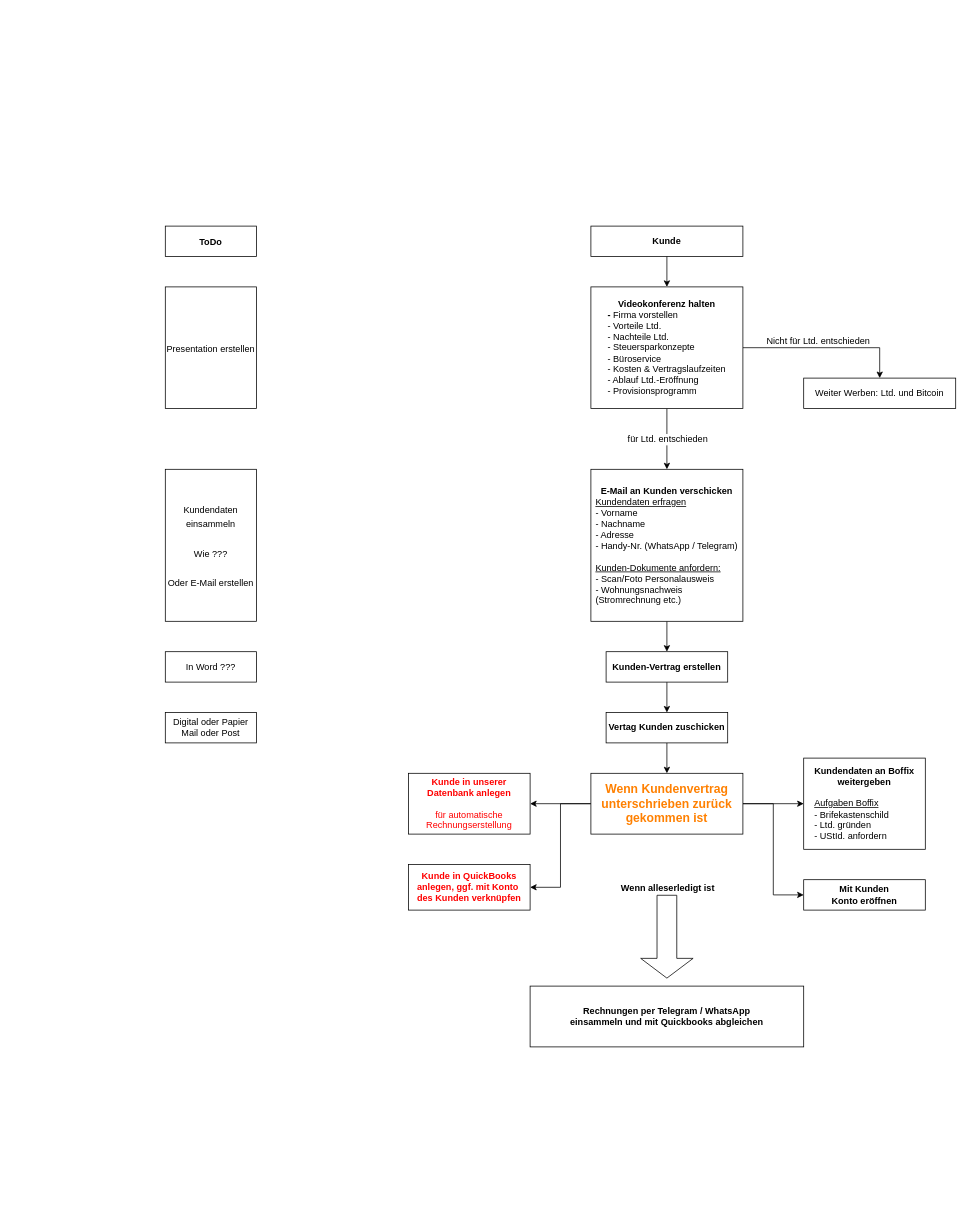
This is Limited.drawio from schlippi-git/diagrams, a draw.io file, before an edit. Source tidied: cells renumbered, new cells numbered last; positions are measured from the earlier drawing's top-left corner, leaving out a move shared by most shapes. Both pictures are drawn from the tidied source at 76%, with x=0, y=0 at pixel (165, 226).
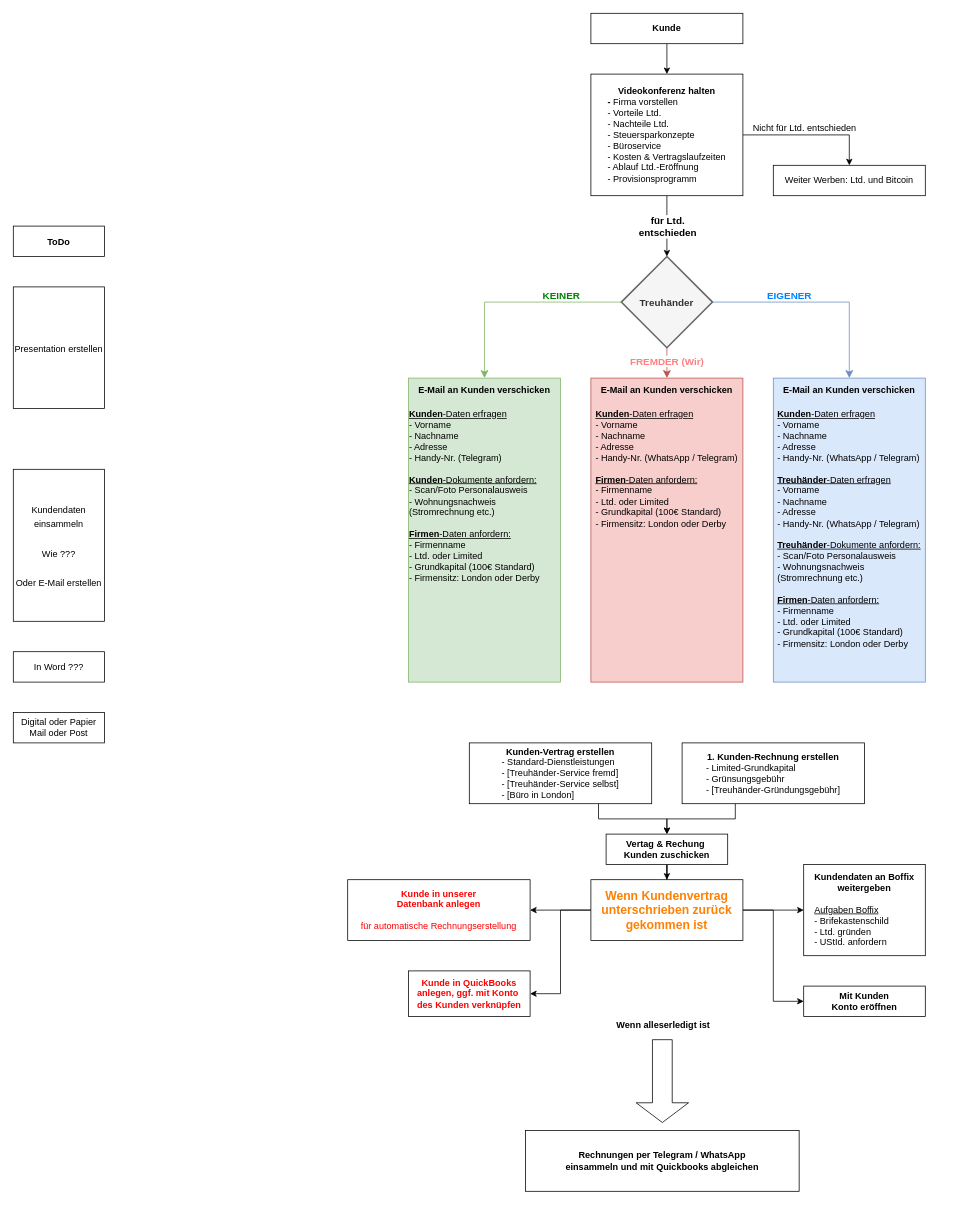
After the change.

Change to the diagram source:
```diff
@@
     <mxCell id="2" value="&lt;b&gt;Kunde&lt;/b&gt;" style="rounded=0;whiteSpace=wrap;html=1;" parent="1" vertex="1">
-      <mxGeometry x="560" width="200" height="40" as="geometry" />
+      <mxGeometry x="560" y="-280" width="200" height="40" as="geometry" />
     </mxCell>
@@
-    <mxCell id="4" style="edgeStyle=orthogonalEdgeStyle;rounded=0;jettySize=auto;html=1;fontSize=12;entryX=0.5;entryY=0;entryDx=0;entryDy=0;" parent="1" edge="1" source="8" target="13">
-      <mxGeometry relative="1" as="geometry" />
-    </mxCell>
-    <mxCell id="5" value="für Ltd. entschieden" style="edgeLabel;html=1;align=center;verticalAlign=middle;fontSize=12;" parent="4" vertex="1">
-      <mxGeometry x="-0.3" relative="1" as="geometry">
-        <mxPoint y="12" as="offset" />
-      </mxGeometry>
-    </mxCell>
@@
+    <mxCell id="33" style="edgeStyle=orthogonalEdgeStyle;rounded=0;jettySize=auto;html=1;" parent="1" edge="1" source="8" target="37">
+      <mxGeometry relative="1" as="geometry" />
+    </mxCell>
+    <mxCell id="5" value="&lt;b style=&quot;font-size: 13px;&quot;&gt;für Ltd.&lt;br&gt;entschieden&lt;/b&gt;" style="edgeLabel;html=1;align=center;verticalAlign=middle;" parent="33" vertex="1">
+      <mxGeometry x="0.15" y="-1" relative="1" as="geometry">
+        <mxPoint x="1" y="-6" as="offset" />
+      </mxGeometry>
+    </mxCell>
     <mxCell id="8" value="&lt;div&gt;&lt;b&gt;Videokonferenz halten&lt;br&gt;&lt;/b&gt;&lt;/div&gt;&lt;div align=&quot;left&quot;&gt;&lt;b&gt;- &lt;/b&gt;Firma vorstellen&lt;/div&gt;&lt;div align=&quot;left&quot;&gt;- Vorteile Ltd.&lt;/div&gt;&lt;div align=&quot;left&quot;&gt;- Nachteile Ltd.&lt;/div&gt;&lt;div align=&quot;left&quot;&gt;- Steuersparkonzepte&lt;/div&gt;&lt;div align=&quot;left&quot;&gt;- Büroservice&lt;/div&gt;&lt;div align=&quot;left&quot;&gt;- Kosten &amp;amp; Vertragslaufzeiten&lt;br&gt;&lt;/div&gt;&lt;div align=&quot;left&quot;&gt;- Ablauf Ltd.-Eröffnung&lt;/div&gt;&lt;div align=&quot;left&quot;&gt;- Provisionsprogramm&lt;/div&gt;" style="rounded=0;whiteSpace=wrap;html=1;" parent="1" vertex="1">
-      <mxGeometry x="560" y="80" width="200" height="160" as="geometry" />
+      <mxGeometry x="560" y="-200" width="200" height="160" as="geometry" />
     </mxCell>
     <mxCell id="9" value="Weiter Werben: Ltd. und Bitcoin" style="rounded=0;whiteSpace=wrap;html=1;" parent="1" vertex="1">
-      <mxGeometry x="840" y="200" width="200" height="40" as="geometry" />
+      <mxGeometry x="800" y="-80" width="200" height="40" as="geometry" />
     </mxCell>
     <mxCell id="10" style="edgeStyle=orthogonalEdgeStyle;rounded=0;jettySize=auto;html=1;fontSize=12;fontColor=#000000;" parent="1" edge="1" source="11" target="22">
-      <mxGeometry relative="1" as="geometry" />
+      <mxGeometry relative="1" as="geometry">
+        <Array as="points">
+          <mxPoint x="750" y="780" />
+          <mxPoint x="660" y="780" />
+        </Array>
+      </mxGeometry>
     </mxCell>
-    <mxCell id="11" value="&lt;b&gt;Kunden-Vertrag erstellen&lt;/b&gt;" style="rounded=0;whiteSpace=wrap;html=1;" parent="1" vertex="1">
-      <mxGeometry x="580" y="560" width="160" height="40" as="geometry" />
+    <mxCell id="11" value="&lt;div&gt;&lt;b&gt;1. Kunden-Rechnung erstellen&lt;/b&gt;&lt;/div&gt;&lt;div align=&quot;left&quot;&gt;- Limited-Grundkapital&lt;br&gt;&lt;/div&gt;&lt;div align=&quot;left&quot;&gt;- Grünsungsgebühr&lt;br&gt;&lt;/div&gt;&lt;div align=&quot;left&quot;&gt;- [Treuhänder-Gründungsgebühr]&lt;b&gt;&lt;br&gt;&lt;/b&gt;&lt;/div&gt;" style="rounded=0;whiteSpace=wrap;html=1;" parent="1" vertex="1">
+      <mxGeometry x="680" y="680" width="240" height="80" as="geometry" />
     </mxCell>
-    <mxCell id="12" style="edgeStyle=orthogonalEdgeStyle;rounded=0;jettySize=auto;html=1;fontSize=12;" parent="1" edge="1" source="13" target="11">
-      <mxGeometry relative="1" as="geometry" />
-    </mxCell>
-    <mxCell id="13" value="&lt;div align=&quot;center&quot;&gt;&lt;b&gt;&lt;font style=&quot;font-size: 13px;&quot;&gt;&lt;font style=&quot;font-size: 14px;&quot;&gt;&lt;font style=&quot;font-size: 13px;&quot;&gt;&lt;font style=&quot;font-size: 12px;&quot;&gt;E-Mail an Kunden verschicken&lt;br&gt;&lt;/font&gt;&lt;/font&gt;&lt;/font&gt;&lt;/font&gt;&lt;/b&gt;&lt;/div&gt;&lt;div align=&quot;left&quot;&gt;&lt;u&gt;Kundendaten erfragen&lt;/u&gt;&lt;/div&gt;&lt;div align=&quot;left&quot;&gt;- Vorname&lt;/div&gt;&lt;div align=&quot;left&quot;&gt;- Nachname&lt;/div&gt;&lt;div align=&quot;left&quot;&gt;- Adresse&lt;/div&gt;&lt;div align=&quot;left&quot;&gt;- Handy-Nr. (WhatsApp / Telegram)&lt;/div&gt;&lt;div align=&quot;left&quot;&gt;&lt;br&gt;&lt;/div&gt;&lt;div align=&quot;left&quot;&gt;&lt;u&gt;Kunden-Dokumente anfordern:&lt;/u&gt;&lt;/div&gt;&lt;div align=&quot;left&quot;&gt;- Scan/Foto Personalausweis&lt;/div&gt;&lt;div align=&quot;left&quot;&gt;- Wohnungsnachweis&lt;/div&gt;&lt;div align=&quot;left&quot;&gt;(Stromrechnung etc.)&lt;br&gt;&lt;/div&gt;" style="rounded=0;whiteSpace=wrap;html=1;" parent="1" vertex="1">
-      <mxGeometry x="560" y="320" width="200" height="200" as="geometry" />
+    <mxCell id="13" value="&lt;div align=&quot;center&quot;&gt;&lt;b&gt;&lt;font style=&quot;font-size: 13px;&quot;&gt;&lt;font style=&quot;font-size: 14px;&quot;&gt;&lt;font style=&quot;font-size: 13px;&quot;&gt;&lt;font style=&quot;font-size: 12px;&quot;&gt;E-Mail an Kunden verschicken&lt;br&gt;&lt;/font&gt;&lt;/font&gt;&lt;/font&gt;&lt;/font&gt;&lt;/b&gt;&lt;/div&gt;&lt;div align=&quot;center&quot;&gt;&lt;b&gt;&lt;font style=&quot;font-size: 13px;&quot;&gt;&lt;font style=&quot;font-size: 14px;&quot;&gt;&lt;font style=&quot;font-size: 13px;&quot;&gt;&lt;font style=&quot;font-size: 12px;&quot;&gt;&lt;br&gt;&lt;/font&gt;&lt;/font&gt;&lt;/font&gt;&lt;/font&gt;&lt;/b&gt;&lt;/div&gt;&lt;div align=&quot;left&quot;&gt;&lt;u&gt;&lt;b&gt;Kunden&lt;/b&gt;-Daten erfragen&lt;/u&gt;&lt;/div&gt;&lt;div align=&quot;left&quot;&gt;- Vorname&lt;/div&gt;&lt;div align=&quot;left&quot;&gt;- Nachname&lt;/div&gt;&lt;div align=&quot;left&quot;&gt;- Adresse&lt;/div&gt;&lt;div align=&quot;left&quot;&gt;- Handy-Nr. (Telegram)&lt;/div&gt;&lt;div align=&quot;left&quot;&gt;&lt;br&gt;&lt;/div&gt;&lt;div align=&quot;left&quot;&gt;&lt;u&gt;&lt;b&gt;Kunden&lt;/b&gt;-Dokumente anfordern:&lt;/u&gt;&lt;/div&gt;&lt;div align=&quot;left&quot;&gt;- Scan/Foto Personalausweis&lt;/div&gt;&lt;div align=&quot;left&quot;&gt;- Wohnungsnachweis (Stromrechnung etc.)&lt;/div&gt;&lt;div align=&quot;left&quot;&gt;&lt;br&gt;&lt;/div&gt;&lt;div align=&quot;left&quot;&gt;&lt;u&gt;&lt;b&gt;Firmen&lt;/b&gt;-Daten anfordern:&lt;/u&gt;&lt;/div&gt;&lt;div align=&quot;left&quot;&gt;- Firmenname&lt;/div&gt;&lt;div align=&quot;left&quot;&gt;- Ltd. oder Limited&lt;/div&gt;&lt;div align=&quot;left&quot;&gt;- Grundkapital (100€ Standard)&lt;/div&gt;&lt;div align=&quot;left&quot;&gt;- Firmensitz: London oder Derby&lt;br&gt;&lt;/div&gt;" style="rounded=0;whiteSpace=wrap;html=1;fillColor=#d5e8d4;strokeColor=#82b366;verticalAlign=top;" parent="1" vertex="1">
+      <mxGeometry x="320" y="200" width="200" height="400" as="geometry" />
     </mxCell>
     <mxCell id="14" value="&lt;div&gt;&lt;b&gt;Kundendaten an Boffix&lt;/b&gt;&lt;/div&gt;&lt;div&gt;&lt;b&gt;weitergeben&lt;/b&gt;&lt;/div&gt;&lt;div&gt;&lt;br&gt;&lt;/div&gt;&lt;div align=&quot;left&quot;&gt;&lt;u&gt;Aufgaben Boffix&lt;br&gt;&lt;/u&gt;&lt;/div&gt;&lt;div align=&quot;left&quot;&gt;- Brifekastenschild&lt;/div&gt;&lt;div align=&quot;left&quot;&gt;- Ltd. gründen&lt;/div&gt;&lt;div align=&quot;left&quot;&gt;- UStId. anfordern&lt;br&gt;&lt;/div&gt;" style="whiteSpace=wrap;html=1;rounded=0;" parent="1" vertex="1">
-      <mxGeometry x="840" y="700" width="160" height="120" as="geometry" />
+      <mxGeometry x="840" y="840" width="160" height="120" as="geometry" />
     </mxCell>
     <mxCell id="15" value="&lt;div&gt;&lt;b&gt;Mit Kunden &lt;br&gt;&lt;/b&gt;&lt;/div&gt;&lt;div&gt;&lt;b&gt;Konto eröffnen&lt;/b&gt;&lt;/div&gt;" style="whiteSpace=wrap;html=1;rounded=0;" parent="1" vertex="1">
-      <mxGeometry x="840" y="860" width="160" height="40" as="geometry" />
+      <mxGeometry x="840" y="1000" width="160" height="40" as="geometry" />
     </mxCell>
     <mxCell id="16" value="&lt;div&gt;&lt;b&gt;Kunde in unserer&lt;/b&gt;&lt;/div&gt;&lt;div&gt;&lt;b&gt;Datenbank anlegen&lt;/b&gt;&lt;/div&gt;&lt;div&gt;&lt;br&gt;&lt;/div&gt;&lt;div&gt;für automatische Rechnungserstellung&lt;b&gt;&lt;br&gt;&lt;/b&gt;&lt;/div&gt;" style="rounded=0;whiteSpace=wrap;html=1;fontSize=12;fontColor=#ff0000;" parent="1" vertex="1">
-      <mxGeometry x="320" y="720" width="160" height="80" as="geometry" />
+      <mxGeometry x="240" y="860" width="240" height="80" as="geometry" />
     </mxCell>
     <mxCell id="17" value="&lt;b&gt;Kunde in QuickBooks anlegen, ggf. mit Konto&amp;nbsp; des Kunden verknüpfen&lt;/b&gt;" style="rounded=0;whiteSpace=wrap;html=1;fontSize=12;fontColor=#FF0000;" parent="1" vertex="1">
-      <mxGeometry x="320" y="840" width="160" height="60" as="geometry" />
+      <mxGeometry x="320" y="980" width="160" height="60" as="geometry" />
     </mxCell>
     <mxCell id="18" style="shape=flexArrow;endArrow=classic;html=1;rounded=0;fontSize=12;fontColor=#FF0000;endWidth=42;endSize=8.33;width=26;" parent="1" edge="1">
       <mxGeometry relative="1" as="geometry">
-        <mxPoint x="660" y="880" as="sourcePoint" />
-        <mxPoint x="660" y="990" as="targetPoint" />
+        <mxPoint x="654" y="1070" as="sourcePoint" />
+        <mxPoint x="654" y="1180" as="targetPoint" />
       </mxGeometry>
     </mxCell>
     <mxCell id="19" value="Wenn alleserledigt ist" style="edgeLabel;html=1;align=center;verticalAlign=middle;fontSize=12;fontColor=#000000;fontStyle=1;" parent="18" vertex="1">
       <mxGeometry x="-0.24" y="-3" relative="1" as="geometry">
-        <mxPoint x="3" y="-52" as="offset" />
+        <mxPoint x="3" y="-62" as="offset" />
       </mxGeometry>
     </mxCell>
     <mxCell id="20" value="&lt;div&gt;&lt;b&gt;&lt;font color=&quot;#000000&quot;&gt;Rechnungen per Telegram / WhatsApp &lt;br&gt;&lt;/font&gt;&lt;/b&gt;&lt;/div&gt;&lt;div&gt;&lt;b&gt;&lt;font color=&quot;#000000&quot;&gt;einsammeln und mit Quickbooks abgleichen&lt;/font&gt;&lt;/b&gt;&lt;/div&gt;" style="rounded=0;whiteSpace=wrap;html=1;fontSize=12;fontColor=#FF0000;" parent="1" vertex="1">
-      <mxGeometry x="480" y="1000" width="360" height="80" as="geometry" />
+      <mxGeometry x="474" y="1190" width="360" height="80" as="geometry" />
     </mxCell>
@@
-    <mxCell id="22" value="&lt;b&gt;Vertag Kunden zuschicken&lt;/b&gt;" style="rounded=0;whiteSpace=wrap;html=1;fontSize=12;fontColor=#000000;" parent="1" vertex="1">
-      <mxGeometry x="580" y="640" width="160" height="40" as="geometry" />
+    <mxCell id="22" value="&lt;div&gt;&lt;b&gt;Vertag &amp;amp; Rechung&amp;nbsp;&lt;/b&gt;&lt;/div&gt;&lt;div&gt;&lt;b&gt;Kunden zuschicken&lt;/b&gt;&lt;/div&gt;" style="rounded=0;whiteSpace=wrap;html=1;fontSize=12;fontColor=#000000;" parent="1" vertex="1">
+      <mxGeometry x="580" y="800" width="160" height="40" as="geometry" />
     </mxCell>
@@
     <mxCell id="27" value="&lt;font style=&quot;font-size: 16px;&quot;&gt;&lt;b style=&quot;&quot;&gt;Wenn Kundenvertrag unterschrieben zurück gekommen ist&lt;br style=&quot;&quot;&gt;&lt;/b&gt;&lt;/font&gt;" style="rounded=0;whiteSpace=wrap;html=1;fontSize=14;fontColor=#FF8000;" parent="1" vertex="1">
-      <mxGeometry x="560" y="720" width="200" height="80" as="geometry" />
+      <mxGeometry x="560" y="860" width="200" height="80" as="geometry" />
     </mxCell>
     <mxCell id="28" value="&lt;font style=&quot;font-size: 13px;&quot;&gt;&lt;b&gt;&lt;font style=&quot;font-size: 13px;&quot; color=&quot;#000000&quot;&gt;&lt;font style=&quot;font-size: 12px;&quot;&gt;ToDo&lt;/font&gt;&lt;/font&gt;&lt;/b&gt;&lt;/font&gt;" style="rounded=0;whiteSpace=wrap;html=1;fontSize=14;fontColor=#FF8000;" parent="1" vertex="1">
-      <mxGeometry width="120" height="40" as="geometry" />
+      <mxGeometry x="-200" width="120" height="40" as="geometry" />
     </mxCell>
     <mxCell id="29" value="&lt;font style=&quot;font-size: 15px;&quot;&gt;&lt;font style=&quot;font-size: 14px;&quot;&gt;&lt;font style=&quot;font-size: 13px;&quot;&gt;&lt;font style=&quot;font-size: 12px;&quot;&gt;Presentation erstellen&lt;/font&gt;&lt;/font&gt;&lt;/font&gt;&lt;/font&gt;" style="rounded=0;whiteSpace=wrap;html=1;fontSize=16;fontColor=#000000;" parent="1" vertex="1">
-      <mxGeometry y="80" width="120" height="160" as="geometry" />
+      <mxGeometry x="-200" y="80" width="120" height="160" as="geometry" />
     </mxCell>
     <mxCell id="30" value="&lt;div&gt;&lt;font style=&quot;font-size: 15px;&quot;&gt;&lt;font style=&quot;font-size: 14px;&quot;&gt;&lt;font style=&quot;font-size: 13px;&quot;&gt;&lt;font style=&quot;font-size: 12px;&quot;&gt;Kundendaten einsammeln&lt;/font&gt;&lt;/font&gt;&lt;/font&gt;&lt;/font&gt;&lt;/div&gt;&lt;div&gt;&lt;font style=&quot;font-size: 15px;&quot;&gt;&lt;font style=&quot;font-size: 14px;&quot;&gt;&lt;font style=&quot;font-size: 13px;&quot;&gt;&lt;font style=&quot;font-size: 12px;&quot;&gt;&lt;br&gt;&lt;/font&gt;&lt;/font&gt;&lt;/font&gt;&lt;/font&gt;&lt;/div&gt;&lt;div&gt;&lt;font style=&quot;font-size: 15px;&quot;&gt;&lt;font style=&quot;font-size: 14px;&quot;&gt;&lt;font style=&quot;font-size: 13px;&quot;&gt;&lt;font style=&quot;font-size: 12px;&quot;&gt;Wie ???&lt;/font&gt;&lt;/font&gt;&lt;/font&gt;&lt;/font&gt;&lt;/div&gt;&lt;div&gt;&lt;font style=&quot;font-size: 15px;&quot;&gt;&lt;font style=&quot;font-size: 14px;&quot;&gt;&lt;font style=&quot;font-size: 13px;&quot;&gt;&lt;font style=&quot;font-size: 12px;&quot;&gt;&lt;br&gt;&lt;/font&gt;&lt;/font&gt;&lt;/font&gt;&lt;/font&gt;&lt;/div&gt;&lt;div&gt;&lt;font style=&quot;font-size: 15px;&quot;&gt;&lt;font style=&quot;font-size: 14px;&quot;&gt;&lt;font style=&quot;font-size: 13px;&quot;&gt;&lt;font style=&quot;font-size: 12px;&quot;&gt;Oder E-Mail erstellen&lt;br&gt;&lt;/font&gt;&lt;/font&gt;&lt;/font&gt;&lt;/font&gt;&lt;/div&gt;" style="rounded=0;whiteSpace=wrap;html=1;fontSize=16;fontColor=#000000;" parent="1" vertex="1">
-      <mxGeometry y="320" width="120" height="200" as="geometry" />
+      <mxGeometry x="-200" y="320" width="120" height="200" as="geometry" />
     </mxCell>
     <mxCell id="31" value="In Word ???" style="rounded=0;whiteSpace=wrap;html=1;fontSize=12;fontColor=#000000;" parent="1" vertex="1">
-      <mxGeometry y="560" width="120" height="40" as="geometry" />
+      <mxGeometry x="-200" y="560" width="120" height="40" as="geometry" />
     </mxCell>
     <mxCell id="32" value="&lt;div&gt;Digital oder Papier&lt;/div&gt;&lt;div&gt;Mail oder Post&lt;br&gt;&lt;/div&gt;" style="rounded=0;whiteSpace=wrap;html=1;fontSize=12;fontColor=#000000;" parent="1" vertex="1">
-      <mxGeometry y="640" width="120" height="40" as="geometry" />
+      <mxGeometry x="-200" y="640" width="120" height="40" as="geometry" />
     </mxCell>
+    <mxCell id="34" style="edgeStyle=orthogonalEdgeStyle;rounded=0;jettySize=auto;html=1;entryX=0.5;entryY=0;entryDx=0;entryDy=0;" parent="1" edge="1" source="35" target="22">
+      <mxGeometry relative="1" as="geometry">
+        <Array as="points">
+          <mxPoint x="570" y="780" />
+          <mxPoint x="660" y="780" />
+        </Array>
+      </mxGeometry>
+    </mxCell>
+    <mxCell id="35" value="&lt;div&gt;&lt;b&gt;Kunden-Vertrag erstellen&lt;/b&gt;&lt;/div&gt;&lt;div align=&quot;left&quot;&gt;- Standard-Dienstleistungen&lt;/div&gt;&lt;div align=&quot;left&quot;&gt;- [Treuhänder-Service fremd]&lt;b&gt;&lt;br&gt;&lt;/b&gt;&lt;/div&gt;&lt;div align=&quot;left&quot;&gt;&lt;div align=&quot;left&quot;&gt;- [Treuhänder-Service selbst]&lt;/div&gt;&lt;div align=&quot;left&quot;&gt;- [Büro in London]&lt;b&gt;&lt;br&gt;&lt;/b&gt;&lt;/div&gt;&lt;/div&gt;" style="rounded=0;whiteSpace=wrap;html=1;" parent="1" vertex="1">
+      <mxGeometry x="400" y="680" width="240" height="80" as="geometry" />
+    </mxCell>
+    <mxCell id="36" value="&lt;div align=&quot;center&quot;&gt;&lt;b&gt;&lt;font style=&quot;font-size: 13px;&quot;&gt;&lt;font style=&quot;font-size: 14px;&quot;&gt;&lt;font style=&quot;font-size: 13px;&quot;&gt;&lt;font style=&quot;font-size: 12px;&quot;&gt;E-Mail an Kunden verschicken&lt;br&gt;&lt;/font&gt;&lt;/font&gt;&lt;/font&gt;&lt;/font&gt;&lt;/b&gt;&lt;/div&gt;&lt;div align=&quot;center&quot;&gt;&lt;b&gt;&lt;font style=&quot;font-size: 13px;&quot;&gt;&lt;font style=&quot;font-size: 14px;&quot;&gt;&lt;font style=&quot;font-size: 13px;&quot;&gt;&lt;font style=&quot;font-size: 12px;&quot;&gt;&lt;br&gt;&lt;/font&gt;&lt;/font&gt;&lt;/font&gt;&lt;/font&gt;&lt;/b&gt;&lt;/div&gt;&lt;div align=&quot;left&quot;&gt;&lt;u&gt;&lt;b&gt;Kunden&lt;/b&gt;-Daten erfragen&lt;/u&gt;&lt;/div&gt;&lt;div align=&quot;left&quot;&gt;- Vorname&lt;/div&gt;&lt;div align=&quot;left&quot;&gt;- Nachname&lt;/div&gt;&lt;div align=&quot;left&quot;&gt;- Adresse&lt;/div&gt;&lt;div align=&quot;left&quot;&gt;- Handy-Nr. (WhatsApp / Telegram)&lt;/div&gt;&lt;div align=&quot;left&quot;&gt;&lt;br&gt;&lt;/div&gt;&lt;div align=&quot;left&quot;&gt;&lt;u&gt;&lt;b&gt;Treuhänder&lt;/b&gt;-Daten erfragen&lt;/u&gt;&lt;div align=&quot;left&quot;&gt;- Vorname&lt;/div&gt;&lt;div align=&quot;left&quot;&gt;- Nachname&lt;/div&gt;&lt;div align=&quot;left&quot;&gt;- Adresse&lt;/div&gt;&lt;div align=&quot;left&quot;&gt;- Handy-Nr. (WhatsApp / Telegram)&lt;/div&gt;&lt;/div&gt;&lt;div align=&quot;left&quot;&gt;&lt;br&gt;&lt;/div&gt;&lt;div align=&quot;left&quot;&gt;&lt;u&gt;&lt;b&gt;Treuhänder&lt;/b&gt;-Dokumente anfordern:&lt;/u&gt;&lt;/div&gt;&lt;div align=&quot;left&quot;&gt;- Scan/Foto Personalausweis&lt;/div&gt;&lt;div align=&quot;left&quot;&gt;- Wohnungsnachweis&lt;/div&gt;&lt;div align=&quot;left&quot;&gt;(Stromrechnung etc.)&lt;/div&gt;&lt;div align=&quot;left&quot;&gt;&lt;br&gt;&lt;/div&gt;&lt;div align=&quot;left&quot;&gt;&lt;u&gt;&lt;b&gt;Firmen&lt;/b&gt;-Daten anfordern:&lt;/u&gt;&lt;/div&gt;&lt;div align=&quot;left&quot;&gt;- Firmenname&lt;/div&gt;&lt;div align=&quot;left&quot;&gt;- Ltd. oder Limited&lt;/div&gt;&lt;div align=&quot;left&quot;&gt;- Grundkapital (100€ Standard)&lt;/div&gt;&lt;div align=&quot;left&quot;&gt;- Firmensitz: London oder Derby&lt;/div&gt;" style="rounded=0;whiteSpace=wrap;html=1;fillColor=#dae8fc;strokeColor=#6c8ebf;verticalAlign=top;" parent="1" vertex="1">
+      <mxGeometry x="800" y="200" width="200" height="400" as="geometry" />
+    </mxCell>
+    <mxCell id="37" value="&lt;font style=&quot;font-size: 13px;&quot;&gt;&lt;b&gt;Treuhänder&lt;/b&gt;&lt;/font&gt;" style="strokeWidth=2;html=1;shape=mxgraph.flowchart.decision;whiteSpace=wrap;fillColor=#f5f5f5;fontColor=#333333;strokeColor=#666666;" parent="1" vertex="1">
+      <mxGeometry x="600" y="40" width="120" height="120" as="geometry" />
+    </mxCell>
+    <mxCell id="38" style="edgeStyle=segmentEdgeStyle;endArrow=classic;html=1;curved=0;rounded=0;endSize=8;startSize=8;exitX=0;exitY=0.5;exitDx=0;exitDy=0;exitPerimeter=0;entryX=0.5;entryY=0;entryDx=0;entryDy=0;fontColor=#008000;fillColor=#d5e8d4;strokeColor=#82b366;" parent="1" edge="1" source="37" target="13">
+      <mxGeometry relative="1" as="geometry" />
+    </mxCell>
+    <mxCell id="39" value="&lt;b style=&quot;font-size: 13px;&quot;&gt;KEINER&lt;/b&gt;" style="edgeLabel;html=1;align=center;verticalAlign=middle;fontColor=#008000;" parent="38" vertex="1">
+      <mxGeometry x="-0.56" y="-2" relative="1" as="geometry">
+        <mxPoint x="-18" y="-8" as="offset" />
+      </mxGeometry>
+    </mxCell>
+    <mxCell id="40" style="edgeStyle=segmentEdgeStyle;endArrow=classic;html=1;curved=0;rounded=0;endSize=8;startSize=8;exitX=1;exitY=0.5;exitDx=0;exitDy=0;exitPerimeter=0;entryX=0.5;entryY=0;entryDx=0;entryDy=0;fillColor=#dae8fc;strokeColor=#6c8ebf;" parent="1" edge="1" source="37" target="36">
+      <mxGeometry relative="1" as="geometry" />
+    </mxCell>
+    <mxCell id="41" value="&lt;b&gt;&lt;font style=&quot;font-size: 13px;&quot;&gt;EIGENER&lt;/font&gt;&lt;/b&gt;" style="edgeLabel;html=1;align=center;verticalAlign=middle;labelBackgroundColor=#ffffff;fontColor=#0080ff;" parent="40" vertex="1">
+      <mxGeometry x="0.01" y="-2" relative="1" as="geometry">
+        <mxPoint x="-41" y="-12" as="offset" />
+      </mxGeometry>
+    </mxCell>
+    <mxCell id="42" value="&lt;div align=&quot;center&quot;&gt;&lt;b&gt;&lt;font style=&quot;font-size: 13px;&quot;&gt;&lt;font style=&quot;font-size: 14px;&quot;&gt;&lt;font style=&quot;font-size: 13px;&quot;&gt;&lt;font style=&quot;font-size: 12px;&quot;&gt;E-Mail an Kunden verschicken&lt;/font&gt;&lt;/font&gt;&lt;/font&gt;&lt;/font&gt;&lt;/b&gt;&lt;/div&gt;&lt;div align=&quot;center&quot;&gt;&lt;b&gt;&lt;font style=&quot;font-size: 13px;&quot;&gt;&lt;font style=&quot;font-size: 14px;&quot;&gt;&lt;font style=&quot;font-size: 13px;&quot;&gt;&lt;font style=&quot;font-size: 12px;&quot;&gt;&lt;br&gt;&lt;/font&gt;&lt;/font&gt;&lt;/font&gt;&lt;/font&gt;&lt;/b&gt;&lt;/div&gt;&lt;div align=&quot;left&quot;&gt;&lt;u&gt;&lt;b&gt;Kunden&lt;/b&gt;-Daten erfragen&lt;/u&gt;&lt;/div&gt;&lt;div align=&quot;left&quot;&gt;- Vorname&lt;/div&gt;&lt;div align=&quot;left&quot;&gt;- Nachname&lt;/div&gt;&lt;div align=&quot;left&quot;&gt;- Adresse&lt;/div&gt;&lt;div align=&quot;left&quot;&gt;- Handy-Nr. (WhatsApp / Telegram)&lt;/div&gt;&lt;br&gt;&lt;div align=&quot;left&quot;&gt;&lt;u&gt;&lt;b&gt;Firmen&lt;/b&gt;-Daten anfordern:&lt;/u&gt;&lt;/div&gt;&lt;div align=&quot;left&quot;&gt;- Firmenname&lt;/div&gt;&lt;div align=&quot;left&quot;&gt;- Ltd. oder Limited&lt;/div&gt;&lt;div align=&quot;left&quot;&gt;- Grundkapital (100€ Standard)&lt;/div&gt;&lt;div align=&quot;left&quot;&gt;- Firmensitz: London oder Derby&lt;/div&gt;" style="rounded=0;whiteSpace=wrap;html=1;fillColor=#f8cecc;strokeColor=#b85450;verticalAlign=top;" parent="1" vertex="1">
+      <mxGeometry x="560" y="200" width="200" height="400" as="geometry" />
+    </mxCell>
+    <mxCell id="43" style="edgeStyle=segmentEdgeStyle;endArrow=classic;html=1;curved=0;rounded=0;endSize=8;startSize=8;exitX=0.5;exitY=1;exitDx=0;exitDy=0;exitPerimeter=0;entryX=0.5;entryY=0;entryDx=0;entryDy=0;fillColor=#f8cecc;strokeColor=#b85450;" parent="1" edge="1" source="37" target="42">
+      <mxGeometry relative="1" as="geometry" />
+    </mxCell>
+    <mxCell id="44" value="&lt;b&gt;&lt;font style=&quot;font-size: 13px;&quot;&gt;FREMDER (Wir)&lt;/font&gt;&lt;/b&gt;" style="edgeLabel;html=1;align=center;verticalAlign=middle;fontColor=#ff8080;" parent="43" vertex="1">
+      <mxGeometry x="-0.15" y="-1" relative="1" as="geometry" />
+    </mxCell>
```
